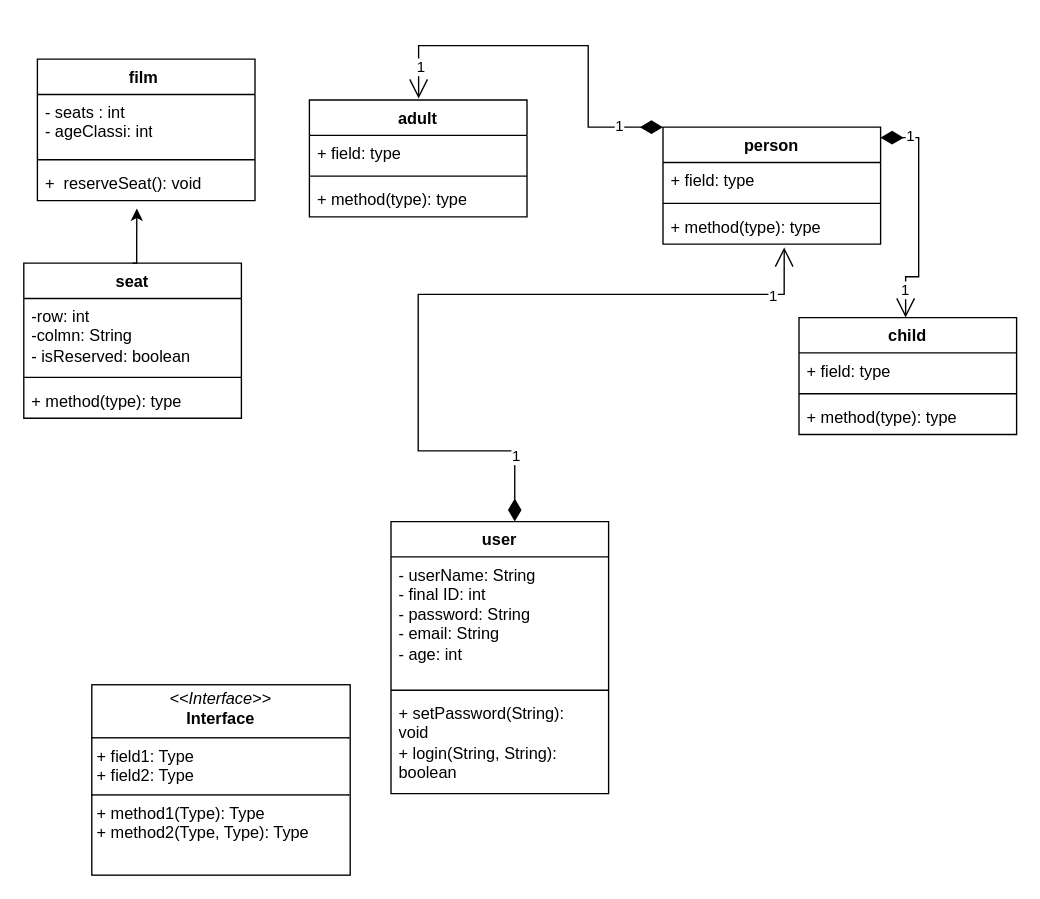
Earlier version of the draw.io diagram mine.drawio (oceex/mine). Source tidied: cells renumbered, new cells numbered last; positions are measured from the earlier drawing's top-left corner, leaving out a move shared by most shapes. Both pictures are drawn from the tidied source at 136%, with x=0, y=0 at pixel (23, 45).
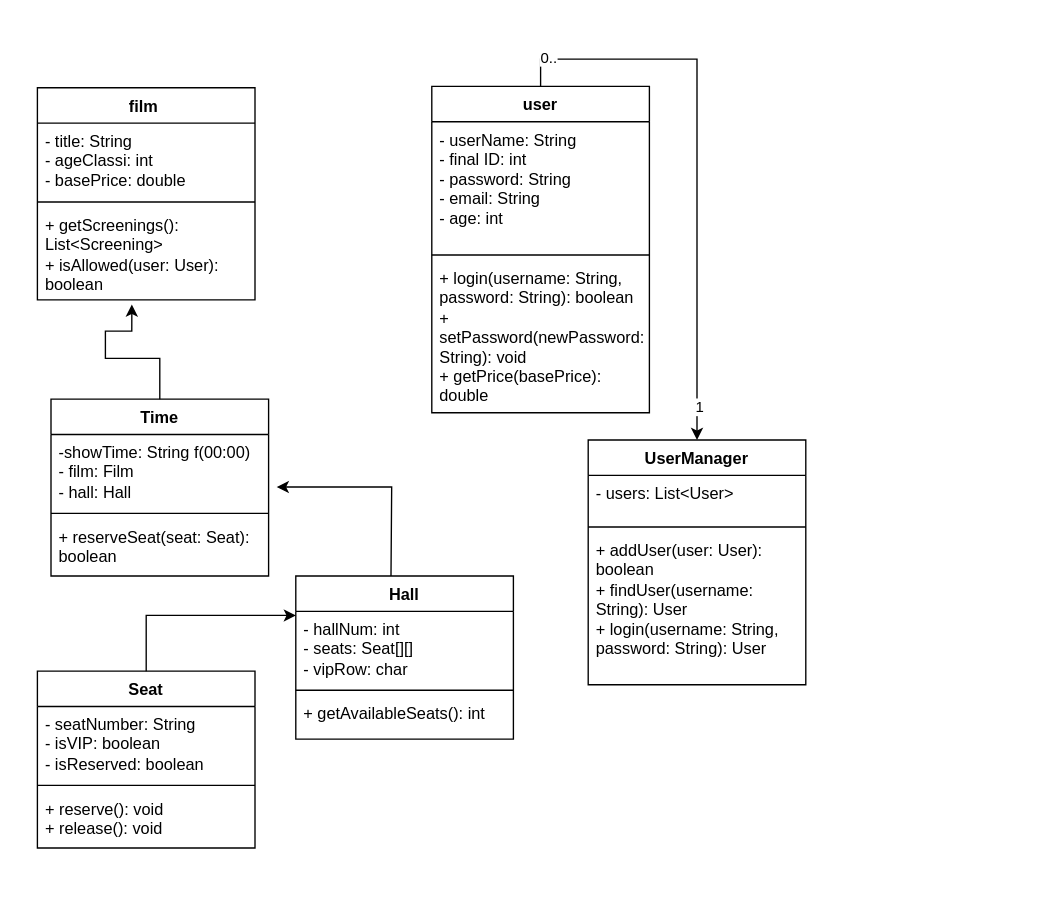
Above is the later version.

What changed in the source:
```diff
@@
     <mxCell id="2" value="film&amp;nbsp;" style="swimlane;fontStyle=1;align=center;verticalAlign=top;horizontal=1;startSize=26;whiteSpace=wrap;html=1;" parent="1" vertex="1">
-      <mxGeometry x="10" y="10" width="160" height="104" as="geometry" />
+      <mxGeometry x="10" y="31" width="160" height="156" as="geometry" />
     </mxCell>
-    <mxCell id="3" value="- seats : int&lt;div&gt;- ageClassi: int&lt;/div&gt;" style="text;strokeColor=none;fillColor=none;align=left;verticalAlign=top;spacingLeft=4;spacingRight=4;overflow=hidden;whiteSpace=wrap;html=1;" parent="2" vertex="1">
-      <mxGeometry y="26" width="160" height="44" as="geometry" />
+    <mxCell id="3" value="&lt;div&gt;- title: String&lt;/div&gt;&lt;div&gt;- ageClassi: int&lt;/div&gt;&lt;div&gt;&lt;div&gt;- basePrice: double&lt;/div&gt;&lt;/div&gt;&lt;div&gt;&lt;br&gt;&lt;/div&gt;" style="text;strokeColor=none;fillColor=none;align=left;verticalAlign=top;spacingLeft=4;spacingRight=4;overflow=hidden;whiteSpace=wrap;html=1;" parent="2" vertex="1">
+      <mxGeometry y="26" width="160" height="54" as="geometry" />
     </mxCell>
     <mxCell id="4" style="line;strokeWidth=1;fillColor=none;align=left;verticalAlign=middle;spacingTop=-1;spacingLeft=3;spacingRight=3;labelPosition=right;strokeColor=inherit;" parent="2" vertex="1">
-      <mxGeometry y="70" width="160" height="8" as="geometry" />
+      <mxGeometry y="80" width="160" height="8" as="geometry" />
     </mxCell>
-    <mxCell id="5" value="+&amp;nbsp; reserveSeat(): void" style="text;strokeColor=none;fillColor=none;align=left;verticalAlign=top;spacingLeft=4;spacingRight=4;overflow=hidden;points=[[0,0.5],[1,0.5]];portConstraint=eastwest;whiteSpace=wrap;html=1;" parent="2" vertex="1">
-      <mxGeometry y="78" width="160" height="26" as="geometry" />
+    <mxCell id="5" value="+ getScreenings(): List&amp;lt;Screening&amp;gt;&lt;div&gt;+ isAllowed(user: User): boolean&lt;/div&gt;" style="text;strokeColor=none;fillColor=none;align=left;verticalAlign=top;spacingLeft=4;spacingRight=4;overflow=hidden;points=[[0,0.5],[1,0.5]];portConstraint=eastwest;whiteSpace=wrap;html=1;" parent="2" vertex="1">
+      <mxGeometry y="88" width="160" height="68" as="geometry" />
     </mxCell>
-    <mxCell id="6" value="person" style="swimlane;fontStyle=1;align=center;verticalAlign=top;horizontal=1;startSize=26;whiteSpace=wrap;html=1;" parent="1" vertex="1">
-      <mxGeometry x="470" y="60" width="160" height="86" as="geometry" />
-    </mxCell>
-    <mxCell id="7" value="+ field: type" style="text;strokeColor=none;fillColor=none;align=left;verticalAlign=top;spacingLeft=4;spacingRight=4;overflow=hidden;whiteSpace=wrap;html=1;" parent="6" vertex="1">
-      <mxGeometry y="26" width="160" height="26" as="geometry" />
-    </mxCell>
-    <mxCell id="8" style="line;strokeWidth=1;fillColor=none;align=left;verticalAlign=middle;spacingTop=-1;spacingLeft=3;spacingRight=3;labelPosition=right;strokeColor=inherit;" parent="6" vertex="1">
-      <mxGeometry y="52" width="160" height="8" as="geometry" />
-    </mxCell>
-    <mxCell id="9" value="+ method(type): type" style="text;strokeColor=none;fillColor=none;align=left;verticalAlign=top;spacingLeft=4;spacingRight=4;overflow=hidden;points=[[0,0.5],[1,0.5]];portConstraint=eastwest;whiteSpace=wrap;html=1;" parent="6" vertex="1">
-      <mxGeometry y="60" width="160" height="26" as="geometry" />
-    </mxCell>
-    <mxCell id="10" value="adult" style="swimlane;fontStyle=1;align=center;verticalAlign=top;horizontal=1;startSize=26;whiteSpace=wrap;html=1;" parent="1" vertex="1">
-      <mxGeometry x="210" y="40" width="160" height="86" as="geometry" />
-    </mxCell>
-    <mxCell id="11" value="+ field: type" style="text;strokeColor=none;fillColor=none;align=left;verticalAlign=top;spacingLeft=4;spacingRight=4;overflow=hidden;whiteSpace=wrap;html=1;" parent="10" vertex="1">
-      <mxGeometry y="26" width="160" height="26" as="geometry" />
-    </mxCell>
-    <mxCell id="12" style="line;strokeWidth=1;fillColor=none;align=left;verticalAlign=middle;spacingTop=-1;spacingLeft=3;spacingRight=3;labelPosition=right;strokeColor=inherit;" parent="10" vertex="1">
-      <mxGeometry y="52" width="160" height="8" as="geometry" />
-    </mxCell>
-    <mxCell id="13" value="+ method(type): type" style="text;strokeColor=none;fillColor=none;align=left;verticalAlign=top;spacingLeft=4;spacingRight=4;overflow=hidden;whiteSpace=wrap;html=1;" parent="10" vertex="1">
-      <mxGeometry y="60" width="160" height="26" as="geometry" />
-    </mxCell>
-    <mxCell id="14" value="child" style="swimlane;fontStyle=1;align=center;verticalAlign=top;horizontal=1;startSize=26;whiteSpace=wrap;html=1;" parent="1" vertex="1">
-      <mxGeometry x="570" y="200" width="160" height="86" as="geometry" />
-    </mxCell>
-    <mxCell id="15" value="+ field: type" style="text;strokeColor=none;fillColor=none;align=left;verticalAlign=top;spacingLeft=4;spacingRight=4;overflow=hidden;whiteSpace=wrap;html=1;" parent="14" vertex="1">
-      <mxGeometry y="26" width="160" height="26" as="geometry" />
-    </mxCell>
-    <mxCell id="16" style="line;strokeWidth=1;fillColor=none;align=left;verticalAlign=middle;spacingTop=-1;spacingLeft=3;spacingRight=3;labelPosition=right;strokeColor=inherit;" parent="14" vertex="1">
-      <mxGeometry y="52" width="160" height="8" as="geometry" />
-    </mxCell>
-    <mxCell id="17" value="+ method(type): type" style="text;strokeColor=none;fillColor=none;align=left;verticalAlign=top;spacingLeft=4;spacingRight=4;overflow=hidden;whiteSpace=wrap;html=1;" parent="14" vertex="1">
-      <mxGeometry y="60" width="160" height="26" as="geometry" />
-    </mxCell>
-    <mxCell id="18" style="endArrow=open;html=1;endSize=12;startArrow=diamondThin;startSize=14;startFill=1;edgeStyle=orthogonalEdgeStyle;align=left;verticalAlign=bottom;rounded=0;exitX=-0.026;exitY=0.14;exitDx=0;exitDy=0;exitPerimeter=0;entryX=0.502;entryY=-0.012;entryDx=0;entryDy=0;entryPerimeter=0;" parent="1" edge="1" target="10">
-      <mxGeometry x="-1" y="3" relative="1" as="geometry">
-        <mxPoint x="470" y="60" as="sourcePoint" />
-        <Array as="points">
-          <mxPoint x="415" y="60" />
-          <mxPoint x="415" />
-          <mxPoint x="290" />
-        </Array>
-      </mxGeometry>
-    </mxCell>
-    <mxCell id="19" value="1" style="edgeLabel;html=1;align=center;verticalAlign=middle;" parent="18" vertex="1">
-      <mxGeometry x="-0.76" y="-2" relative="1" as="geometry" />
-    </mxCell>
-    <mxCell id="20" value="1" style="edgeLabel;html=1;align=center;verticalAlign=middle;" parent="18" vertex="1">
-      <mxGeometry x="0.83" y="1" relative="1" as="geometry" />
-    </mxCell>
-    <mxCell id="21" style="endArrow=open;html=1;endSize=12;startArrow=diamondThin;startSize=14;startFill=1;edgeStyle=orthogonalEdgeStyle;align=left;verticalAlign=bottom;rounded=0;entryX=0.5;entryY=0;entryDx=0;entryDy=0;exitX=1.01;exitY=0.089;exitDx=0;exitDy=0;exitPerimeter=0;" parent="1" edge="1">
-      <mxGeometry x="-1" y="3" relative="1" as="geometry">
-        <mxPoint x="630" y="67.7" as="sourcePoint" />
-        <mxPoint x="648.4" y="200" as="targetPoint" />
-        <Array as="points">
-          <mxPoint x="658" y="68" />
-          <mxPoint x="658" y="170" />
-          <mxPoint x="648" y="170" />
-        </Array>
-      </mxGeometry>
-    </mxCell>
-    <mxCell id="22" value="1" style="edgeLabel;html=1;align=center;verticalAlign=middle;" parent="21" vertex="1">
-      <mxGeometry x="-0.75" y="1" relative="1" as="geometry" />
-    </mxCell>
-    <mxCell id="23" value="1" style="edgeLabel;html=1;align=center;verticalAlign=middle;" parent="21" vertex="1">
-      <mxGeometry x="0.75" y="-1" relative="1" as="geometry" />
-    </mxCell>
+    <mxCell id="37" style="edgeStyle=orthogonalEdgeStyle;rounded=0;jettySize=auto;html=1;exitX=0.5;exitY=0;exitDx=0;exitDy=0;entryX=0.5;entryY=0;entryDx=0;entryDy=0;" parent="1" edge="1" source="24" target="51">
+      <mxGeometry relative="1" as="geometry" />
+    </mxCell>
+    <mxCell id="38" value="1" style="edgeLabel;html=1;align=center;verticalAlign=middle;" parent="37" vertex="1">
+      <mxGeometry x="0.88" y="1" relative="1" as="geometry" />
+    </mxCell>
+    <mxCell id="39" value="0.." style="edgeLabel;html=1;align=center;verticalAlign=middle;" parent="37" vertex="1">
+      <mxGeometry x="-0.88" y="2" relative="1" as="geometry" />
+    </mxCell>
     <mxCell id="24" value="user" style="swimlane;fontStyle=1;align=center;verticalAlign=top;horizontal=1;startSize=26;whiteSpace=wrap;html=1;" parent="1" vertex="1">
-      <mxGeometry x="270" y="350" width="160" height="200" as="geometry" />
+      <mxGeometry x="300" y="30" width="160" height="240" as="geometry" />
     </mxCell>
@@
-    <mxCell id="27" value="+ setPassword(String): void&amp;nbsp;&lt;div&gt;+ login(String, String): boolean&lt;/div&gt;" style="text;strokeColor=none;fillColor=none;align=left;verticalAlign=top;spacingLeft=4;spacingRight=4;overflow=hidden;whiteSpace=wrap;html=1;" parent="24" vertex="1">
-      <mxGeometry y="128" width="160" height="72" as="geometry" />
+    <mxCell id="27" value="&lt;div&gt;&lt;div&gt;+ login(username: String, password: String): boolean&lt;/div&gt;&lt;div&gt;+ setPassword(newPassword: String): void&lt;/div&gt;&lt;/div&gt;&lt;div&gt;&lt;div&gt;+ getPrice(basePrice): double&lt;/div&gt;&lt;/div&gt;&lt;div&gt;&lt;br&gt;&lt;/div&gt;" style="text;strokeColor=none;fillColor=none;align=left;verticalAlign=top;spacingLeft=4;spacingRight=4;overflow=hidden;whiteSpace=wrap;html=1;" parent="24" vertex="1">
+      <mxGeometry y="128" width="160" height="112" as="geometry" />
     </mxCell>
-    <mxCell id="28" style="endArrow=open;html=1;endSize=12;startArrow=diamondThin;startSize=14;startFill=1;edgeStyle=orthogonalEdgeStyle;align=left;verticalAlign=bottom;rounded=0;entryX=0.557;entryY=1.094;entryDx=0;entryDy=0;entryPerimeter=0;" parent="1" edge="1" target="9">
-      <mxGeometry x="-1" y="3" relative="1" as="geometry">
-        <mxPoint x="361" y="350" as="sourcePoint" />
-        <Array as="points">
-          <mxPoint x="361" y="298" />
-          <mxPoint x="290" y="298" />
-          <mxPoint x="290" y="183" />
-          <mxPoint x="559" y="183" />
-        </Array>
-      </mxGeometry>
-    </mxCell>
-    <mxCell id="29" value="1" style="edgeLabel;html=1;align=center;verticalAlign=middle;" parent="28" vertex="1">
-      <mxGeometry x="-0.82" relative="1" as="geometry" />
-    </mxCell>
-    <mxCell id="30" value="1" style="edgeLabel;html=1;align=center;verticalAlign=middle;" parent="28" vertex="1">
-      <mxGeometry x="0.84" relative="1" as="geometry" />
-    </mxCell>
-    <mxCell id="31" value="seat" style="swimlane;fontStyle=1;align=center;verticalAlign=top;horizontal=1;startSize=26;whiteSpace=wrap;html=1;" parent="1" vertex="1">
-      <mxGeometry y="160" width="160" height="114" as="geometry" />
+    <mxCell id="31" value="Seat" style="swimlane;fontStyle=1;align=center;verticalAlign=top;horizontal=1;startSize=26;whiteSpace=wrap;html=1;" parent="1" vertex="1">
+      <mxGeometry x="10" y="460" width="160" height="130" as="geometry" />
     </mxCell>
-    <mxCell id="32" value="-row: int&lt;div&gt;-colmn: String&lt;/div&gt;&lt;div&gt;-&amp;nbsp;isReserved: boolean&lt;/div&gt;" style="text;strokeColor=none;fillColor=none;align=left;verticalAlign=top;spacingLeft=4;spacingRight=4;overflow=hidden;whiteSpace=wrap;html=1;" parent="31" vertex="1">
+    <mxCell id="32" value="&lt;div&gt;- seatNumber: String&lt;/div&gt;&lt;div&gt;- isVIP: boolean&lt;/div&gt;&lt;div&gt;- isReserved: boolean&lt;/div&gt;&lt;div&gt;&lt;br&gt;&lt;/div&gt;" style="text;strokeColor=none;fillColor=none;align=left;verticalAlign=top;spacingLeft=4;spacingRight=4;overflow=hidden;whiteSpace=wrap;html=1;" parent="31" vertex="1">
       <mxGeometry y="26" width="160" height="54" as="geometry" />
     </mxCell>
@@
-    <mxCell id="34" value="+ method(type): type" style="text;strokeColor=none;fillColor=none;align=left;verticalAlign=top;spacingLeft=4;spacingRight=4;overflow=hidden;whiteSpace=wrap;html=1;" parent="31" vertex="1">
-      <mxGeometry y="88" width="160" height="26" as="geometry" />
+    <mxCell id="34" value="&lt;div&gt;+ reserve(): void&lt;/div&gt;&lt;div&gt;+ release(): void&lt;/div&gt;&lt;div&gt;&lt;br&gt;&lt;/div&gt;" style="text;strokeColor=none;fillColor=none;align=left;verticalAlign=top;spacingLeft=4;spacingRight=4;overflow=hidden;whiteSpace=wrap;html=1;" parent="31" vertex="1">
+      <mxGeometry y="88" width="160" height="42" as="geometry" />
     </mxCell>
-    <mxCell id="35" style="edgeStyle=orthogonalEdgeStyle;rounded=0;jettySize=auto;html=1;exitX=0.5;exitY=0;exitDx=0;exitDy=0;entryX=0.457;entryY=1.226;entryDx=0;entryDy=0;entryPerimeter=0;" parent="1" edge="1" source="31" target="5">
-      <mxGeometry relative="1" as="geometry">
-        <Array as="points">
-          <mxPoint x="83" y="146" />
-          <mxPoint x="83" y="110" />
-        </Array>
-      </mxGeometry>
-    </mxCell>
-    <mxCell id="36" value="&lt;p style=&quot;margin:0px;margin-top:4px;text-align:center;&quot;&gt;&lt;i&gt;&amp;lt;&amp;lt;Interface&amp;gt;&amp;gt;&lt;/i&gt;&lt;br/&gt;&lt;b&gt;Interface&lt;/b&gt;&lt;/p&gt;&lt;hr size=&quot;1&quot; style=&quot;border-style:solid;&quot;/&gt;&lt;p style=&quot;margin:0px;margin-left:4px;&quot;&gt;+ field1: Type&lt;br/&gt;+ field2: Type&lt;/p&gt;&lt;hr size=&quot;1&quot; style=&quot;border-style:solid;&quot;/&gt;&lt;p style=&quot;margin:0px;margin-left:4px;&quot;&gt;+ method1(Type): Type&lt;br/&gt;+ method2(Type, Type): Type&lt;/p&gt;" style="verticalAlign=top;align=left;overflow=fill;html=1;whiteSpace=wrap;" parent="1" vertex="1">
-      <mxGeometry x="50" y="470" width="190" height="140" as="geometry" />
-    </mxCell>
+    <mxCell id="40" value="Time" style="swimlane;fontStyle=1;align=center;verticalAlign=top;horizontal=1;startSize=26;whiteSpace=wrap;html=1;" parent="1" vertex="1">
+      <mxGeometry x="20" y="260" width="160" height="130" as="geometry" />
+    </mxCell>
+    <mxCell id="41" value="-showTime: String f(00:00)&lt;div&gt;&lt;div&gt;&lt;span style=&quot;background-color: transparent; color: light-dark(rgb(0, 0, 0), rgb(255, 255, 255));&quot;&gt;- film: Film&lt;/span&gt;&lt;/div&gt;&lt;div&gt;- hall: Hall&lt;/div&gt;&lt;/div&gt;&lt;div&gt;&lt;br&gt;&lt;/div&gt;" style="text;strokeColor=none;fillColor=none;align=left;verticalAlign=top;spacingLeft=4;spacingRight=4;overflow=hidden;points=[[0,0.5],[1,0.5]];portConstraint=eastwest;whiteSpace=wrap;html=1;" parent="40" vertex="1">
+      <mxGeometry y="26" width="160" height="54" as="geometry" />
+    </mxCell>
+    <mxCell id="42" style="line;strokeWidth=1;fillColor=none;align=left;verticalAlign=middle;spacingTop=-1;spacingLeft=3;spacingRight=3;labelPosition=right;strokeColor=inherit;" parent="40" vertex="1">
+      <mxGeometry y="80" width="160" height="8" as="geometry" />
+    </mxCell>
+    <mxCell id="43" value="&lt;div&gt;+ reserveSeat(seat: Seat): boolean&lt;/div&gt;&lt;div&gt;&lt;br&gt;&lt;/div&gt;" style="text;strokeColor=none;fillColor=none;align=left;verticalAlign=top;spacingLeft=4;spacingRight=4;overflow=hidden;whiteSpace=wrap;html=1;" parent="40" vertex="1">
+      <mxGeometry y="88" width="160" height="42" as="geometry" />
+    </mxCell>
+    <mxCell id="44" style="edgeStyle=orthogonalEdgeStyle;rounded=0;jettySize=auto;html=1;exitX=0.5;exitY=0;exitDx=0;exitDy=0;entryX=0.434;entryY=1.049;entryDx=0;entryDy=0;entryPerimeter=0;" parent="1" edge="1" source="40" target="5">
+      <mxGeometry relative="1" as="geometry">
+        <Array as="points">
+          <mxPoint x="100" y="230" />
+          <mxPoint x="60" y="230" />
+          <mxPoint x="60" y="210" />
+          <mxPoint x="79" y="210" />
+        </Array>
+      </mxGeometry>
+    </mxCell>
+    <mxCell id="45" style="edgeStyle=orthogonalEdgeStyle;rounded=0;jettySize=auto;html=1;exitX=0.5;exitY=0;exitDx=0;exitDy=0;entryX=0.001;entryY=0.056;entryDx=0;entryDy=0;entryPerimeter=0;" parent="1" edge="1" source="31" target="48">
+      <mxGeometry relative="1" as="geometry" />
+    </mxCell>
+    <mxCell id="46" style="edgeStyle=orthogonalEdgeStyle;rounded=0;jettySize=auto;html=1;exitX=0.5;exitY=0;exitDx=0;exitDy=0;entryX=1.037;entryY=0.715;entryDx=0;entryDy=0;entryPerimeter=0;" parent="1" edge="1" target="41">
+      <mxGeometry relative="1" as="geometry">
+        <mxPoint x="270" y="390" as="sourcePoint" />
+      </mxGeometry>
+    </mxCell>
+    <mxCell id="47" value="Hall" style="swimlane;fontStyle=1;align=center;verticalAlign=top;horizontal=1;startSize=26;whiteSpace=wrap;html=1;" parent="1" vertex="1">
+      <mxGeometry x="200" y="390" width="160" height="120" as="geometry" />
+    </mxCell>
+    <mxCell id="48" value="&lt;div&gt;- hallNum: int&lt;/div&gt;&lt;div&gt;- seats: Seat[][]&lt;/div&gt;&lt;div&gt;- vipRow: char&lt;/div&gt;&lt;div&gt;&lt;br&gt;&lt;/div&gt;" style="text;strokeColor=none;fillColor=none;align=left;verticalAlign=top;spacingLeft=4;spacingRight=4;overflow=hidden;points=[[0,0.5],[1,0.5]];portConstraint=eastwest;whiteSpace=wrap;html=1;" parent="47" vertex="1">
+      <mxGeometry y="26" width="160" height="54" as="geometry" />
+    </mxCell>
+    <mxCell id="49" style="line;strokeWidth=1;fillColor=none;align=left;verticalAlign=middle;spacingTop=-1;spacingLeft=3;spacingRight=3;labelPosition=right;strokeColor=inherit;" parent="47" vertex="1">
+      <mxGeometry y="80" width="160" height="8" as="geometry" />
+    </mxCell>
+    <mxCell id="50" value="&lt;div&gt;+ getAvailableSeats(): int&lt;/div&gt;" style="text;strokeColor=none;fillColor=none;align=left;verticalAlign=top;spacingLeft=4;spacingRight=4;overflow=hidden;whiteSpace=wrap;html=1;" parent="47" vertex="1">
+      <mxGeometry y="88" width="160" height="32" as="geometry" />
+    </mxCell>
+    <mxCell id="51" value="UserManager" style="swimlane;fontStyle=1;align=center;verticalAlign=top;horizontal=1;startSize=26;whiteSpace=wrap;html=1;" parent="1" vertex="1">
+      <mxGeometry x="415" y="290" width="160" height="180" as="geometry" />
+    </mxCell>
+    <mxCell id="52" value="&lt;div&gt;- users: List&amp;lt;User&amp;gt;&lt;/div&gt;" style="text;strokeColor=none;fillColor=none;align=left;verticalAlign=top;spacingLeft=4;spacingRight=4;overflow=hidden;whiteSpace=wrap;html=1;" parent="51" vertex="1">
+      <mxGeometry y="26" width="160" height="34" as="geometry" />
+    </mxCell>
+    <mxCell id="53" style="line;strokeWidth=1;fillColor=none;align=left;verticalAlign=middle;spacingTop=-1;spacingLeft=3;spacingRight=3;labelPosition=right;strokeColor=inherit;" parent="51" vertex="1">
+      <mxGeometry y="60" width="160" height="8" as="geometry" />
+    </mxCell>
+    <mxCell id="54" value="&lt;div&gt;+ addUser(user: User): boolean&lt;/div&gt;&lt;div&gt;+ findUser(username: String): User&lt;/div&gt;&lt;div&gt;+ login(username: String, password: String): User&lt;/div&gt;&lt;div&gt;&lt;br&gt;&lt;/div&gt;" style="text;strokeColor=none;fillColor=none;align=left;verticalAlign=top;spacingLeft=4;spacingRight=4;overflow=hidden;whiteSpace=wrap;html=1;" parent="51" vertex="1">
+      <mxGeometry y="68" width="160" height="112" as="geometry" />
+    </mxCell>
```
